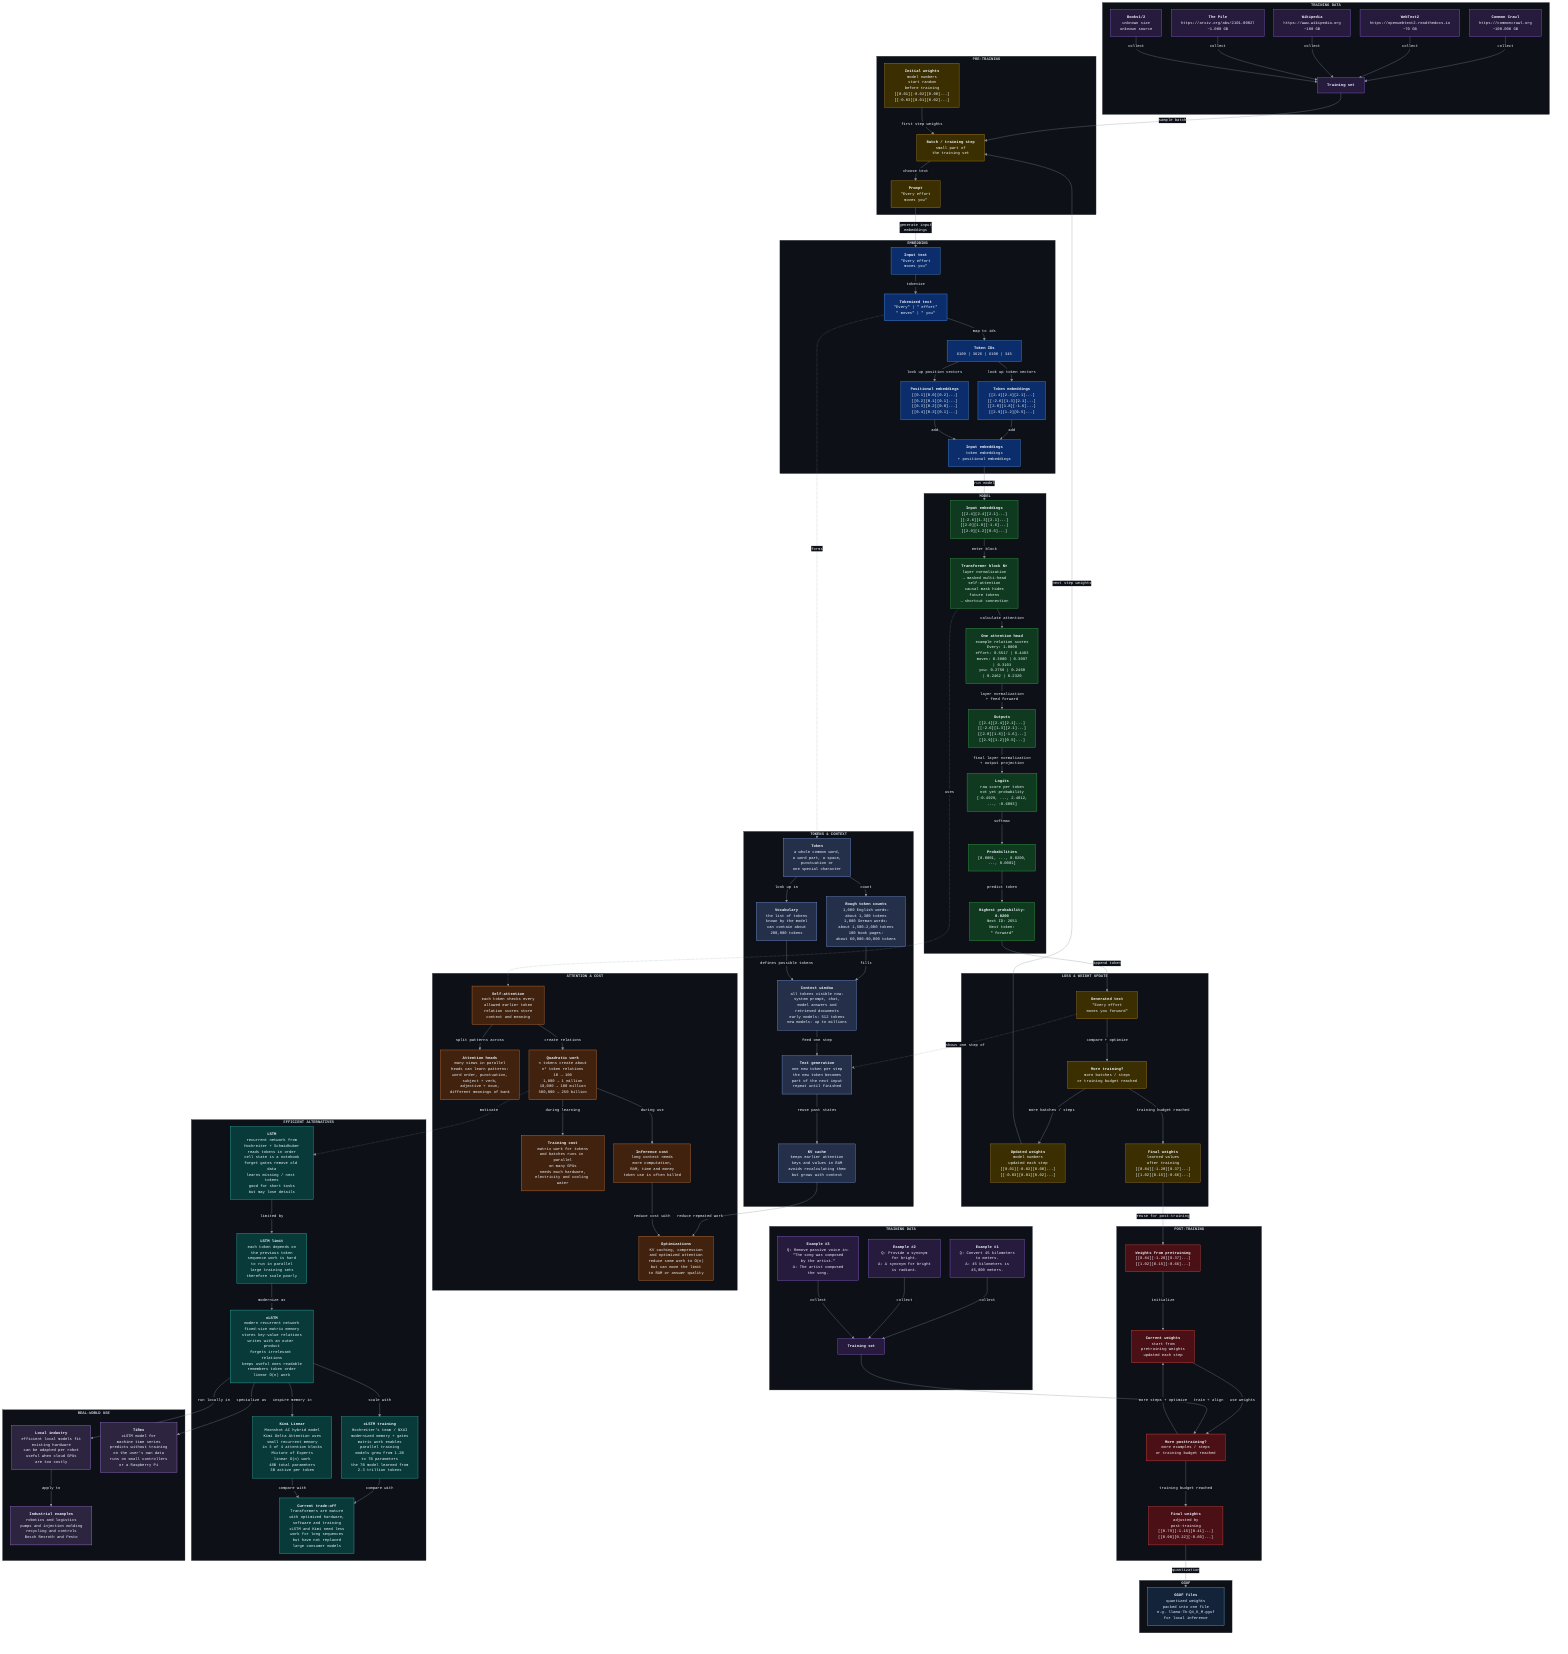
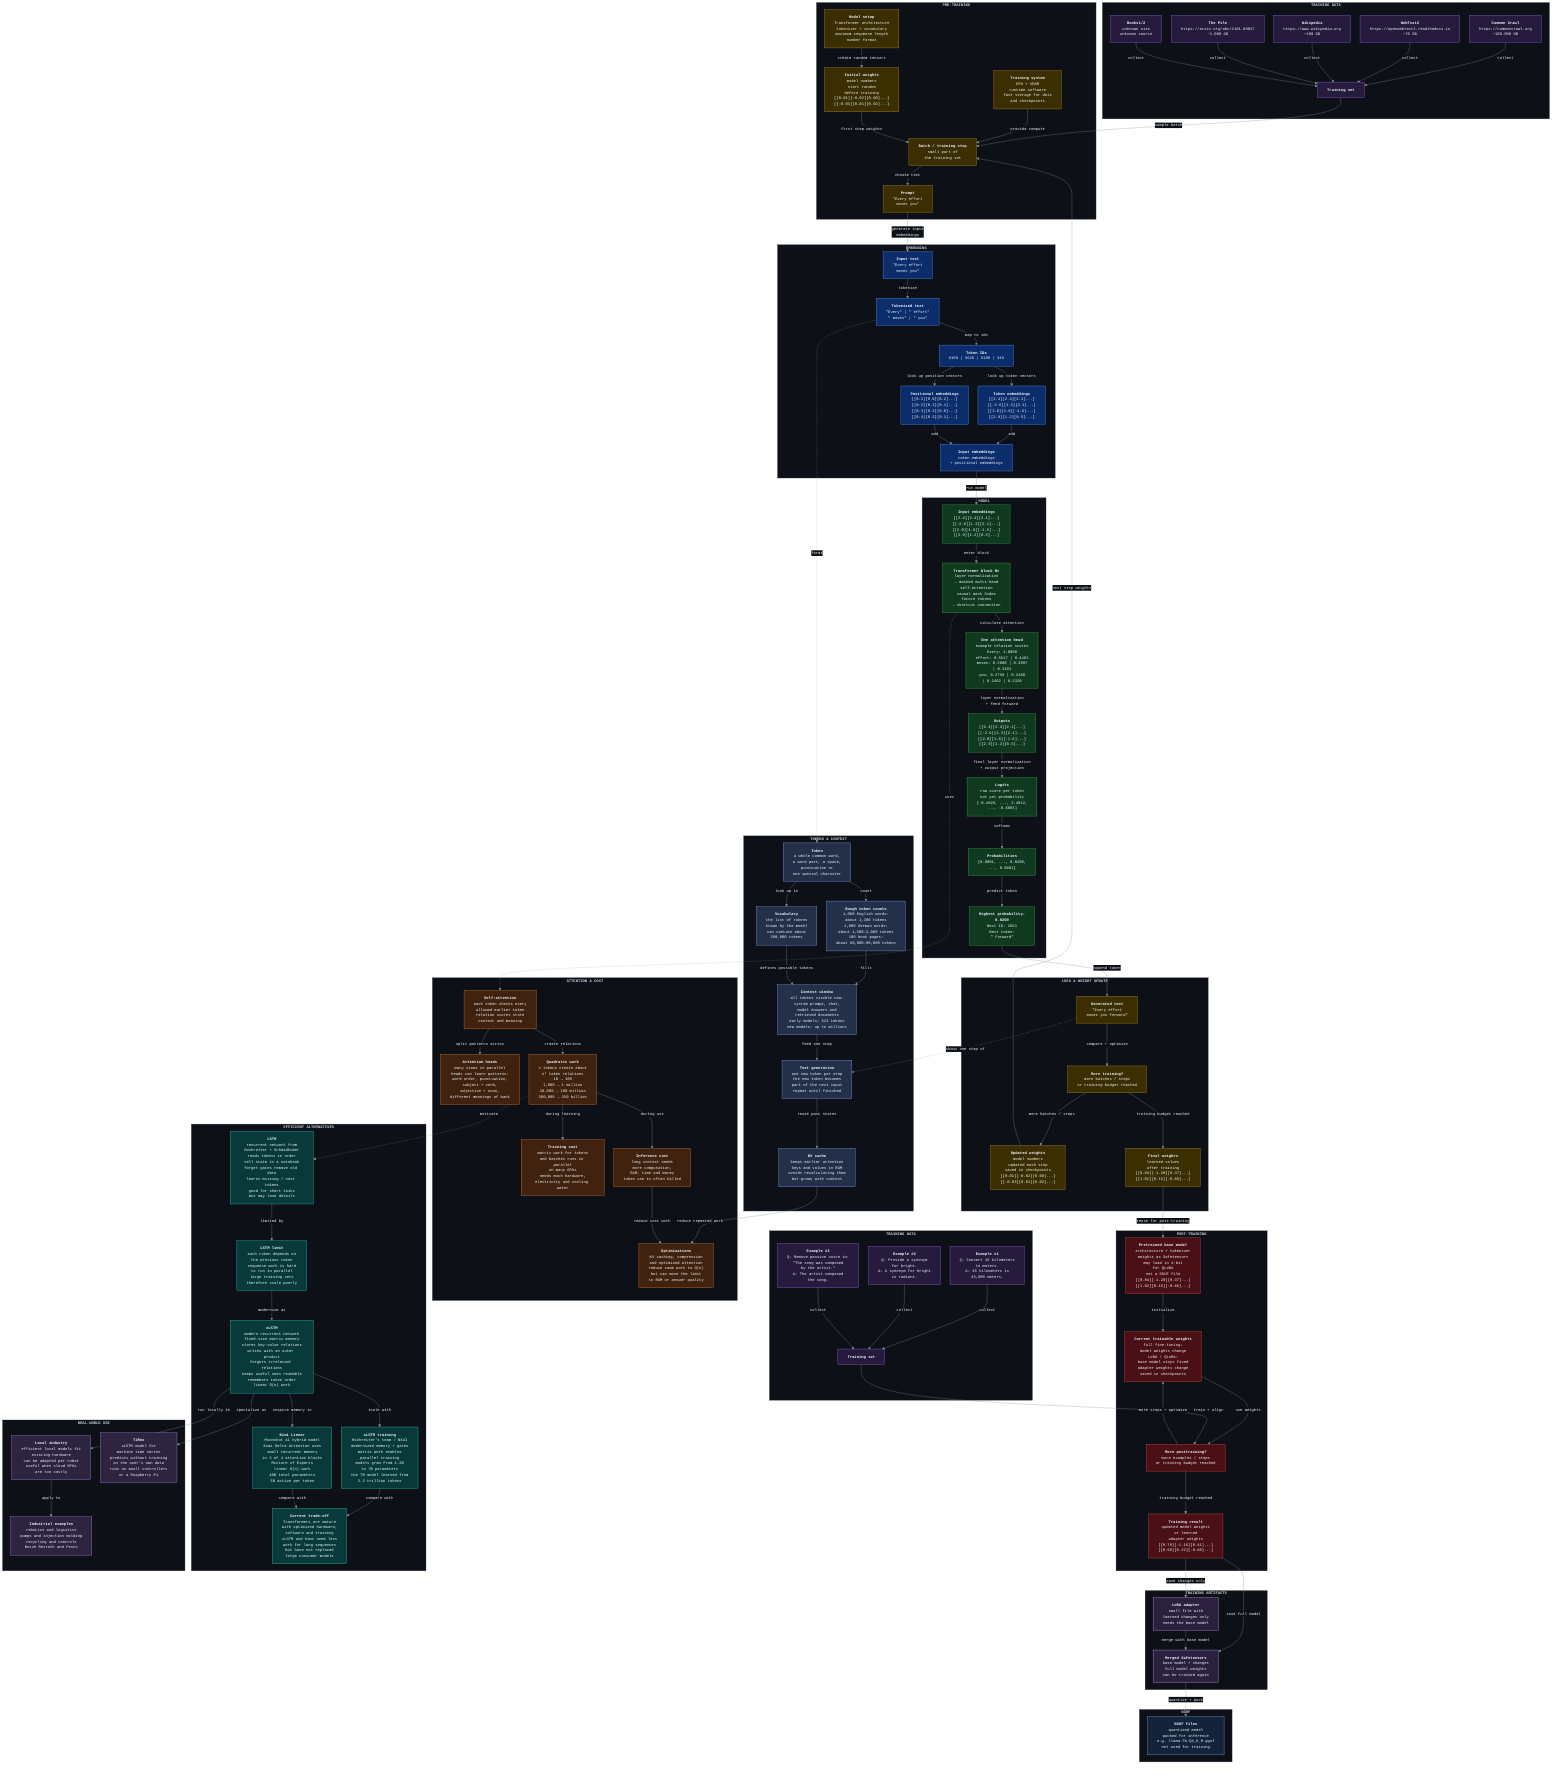
%%{init: {"theme": "base", "themeVariables": {"fontSize": "12px", "fontFamily": "Courier New", "primaryColor": "#161b22", "primaryTextColor": "#f0f6fc", "primaryBorderColor": "#30363d", "secondaryColor": "#161b22", "secondaryTextColor": "#f0f6fc", "secondaryBorderColor": "#30363d", "tertiaryColor": "#161b22", "tertiaryTextColor": "#f0f6fc", "tertiaryBorderColor": "#30363d", "clusterBkg": "#0d1117", "clusterBorder": "#30363d", "titleColor": "#c9d1d9", "lineColor": "#8b949e", "edgeLabelBackground": "#0d1117"}, "flowchart": {"htmlLabels": true, "nodeSpacing": 30, "rankSpacing": 44, "curve": "basis"}}}%%
flowchart TD
    subgraph DATA["<b>TRAINING DATA</b>"]
        D0["<b>Training set</b>"]
        D1["<b>Common Crawl</b><br/>https://commoncrawl.org<br/>~100.000 GB"]
        D2["<b>WebText2</b><br/>https://openwebtext2.readthedocs.io<br/>~70 GB"]
        D3["<b>Wikipedia</b><br/>https://www.wikipedia.org<br/>~100 GB"]
        D4["<b>The Pile</b><br/>https://arxiv.org/abs/2101.00027<br/>~1.000 GB"]
        D5["<b>Books1/2</b><br/>unknown size<br/>unknown source"]
    end

    subgraph PRE["<b>PRE-TRAINING</b>"]
+         P6["<b>Model setup</b><br/>Transformer architecture<br/>tokenizer + vocabulary<br/>maximum sequence length<br/>number format"]
+         P7["<b>Training system</b><br/>GPU + VRAM<br/>runtime software<br/>fast storage for data<br/>and checkpoints"]
        W0["<b>Initial weights</b><br/>model numbers<br/>start random<br/>before training<br/>[[0.01][-0.02][0.00]...]<br/>[[-0.03][0.01][0.02]...]"]
        P5["<b>Batch / training step</b><br/>small part of<br/>the training set"]
        F0["<b>Prompt</b><br/>&quot;Every effort<br/>moves you&quot;"]
    end

    subgraph EMB["<b>EMBEDDING</b>"]
        E0["<b>Input text</b><br/>&quot;Every effort<br/>moves you&quot;"]
        E1["<b>Tokenized text</b><br/>&quot;Every&quot; | &quot; effort&quot;<br/>&quot; moves&quot; | &quot; you&quot;"]
        E2["<b>Token IDs</b><br/>6109 | 3626 | 6100 | 345"]
        E3["<b>Token embeddings</b><br/>[[2.4][2.4][2.1]...]<br/>[[-2.6][1.3][2.1]...]<br/>[[2.0][1.8][-1.6]...]<br/>[[2.9][1.2][0.5]...]"]
        E4["<b>Positional embeddings</b><br/>[[0.1][0.0][0.2]...]<br/>[[0.2][0.1][0.1]...]<br/>[[0.3][0.2][0.0]...]<br/>[[0.4][0.3][0.1]...]"]
        E5["<b>Input embeddings</b><br/>token embeddings<br/>+ positional embeddings"]
    end

    subgraph MODEL["<b>MODEL</b>"]
        M0["<b>Input embeddings</b><br/>[[2.4][2.4][2.1]...]<br/>[[-2.6][1.3][2.1]...]<br/>[[2.0][1.8][-1.6]...]<br/>[[2.9][1.2][0.5]...]"]
        M1["<b>Transformer block N×</b><br/>layer normalization<br/>→ masked multi-head<br/>self-attention<br/>causal mask hides<br/>future tokens<br/>→ shortcut connection"]
        M2["<b>One attention head</b><br/>example relation scores<br/>Every: 1.0000<br/>effort: 0.5517 | 0.4483<br/>moves: 0.3800 | 0.3097<br/>| 0.3103<br/>you: 0.2758 | 0.2460<br/>| 0.2462 | 0.2320"]
        M4["<b>Outputs</b><br/>[[2.4][2.4][2.1]...]<br/>[[-2.6][1.3][2.1]...]<br/>[[2.0][1.8][-1.6]...]<br/>[[2.9][1.2][0.5]...]"]
        M6["<b>Logits</b><br/>raw score per token<br/>not yet probability<br/>[-0.4929, ..., 2.4812,<br/>..., -0.6093]"]
        M8["<b>Probabilities</b><br/>[0.0001, ..., 0.0200,<br/>..., 0.0001]"]
        M9["<b>Highest probability:<br/>0.0200</b><br/>Next ID: 2651<br/>Next token:<br/>&quot; forward&quot;"]
    end

    subgraph UPDATE["<b>LOSS & WEIGHT UPDATE</b>"]
-         P0["<b>Updated weights</b><br/>model numbers<br/>updated each step<br/>[[0.01][-0.02][0.00]...]<br/>[[-0.03][0.01][0.02]...]"]
+         P0["<b>Updated weights</b><br/>model numbers<br/>updated each step<br/>saved in checkpoints<br/>[[0.01][-0.02][0.00]...]<br/>[[-0.03][0.01][0.02]...]"]
        F3["<b>Generated text</b><br/>&quot;Every effort<br/>moves you forward&quot;"]
        P3["<b>More training?</b><br/>more batches / steps<br/>or training budget reached"]
        P4["<b>Final weights</b><br/>learned values<br/>after training<br/>[[0.84][-1.20][0.37]...]<br/>[[1.02][0.15][-0.66]...]"]
    end

    subgraph POSTDATA["<b>TRAINING DATA</b>"]
        T8["<b>Training set</b>"]
        T1["<b>Example #1</b><br/>Q: Convert 45 kilometers<br/>to meters.<br/>A: 45 kilometers is<br/>45,000 meters."]
        T2["<b>Example #2</b><br/>Q: Provide a synonym<br/>for bright.<br/>A: A synonym for bright<br/>is radiant."]
        T3["<b>Example #3</b><br/>Q: Remove passive voice in:<br/>&quot;The song was composed<br/>by the artist.&quot;<br/>A: The artist composed<br/>the song."]
    end

    subgraph POST["<b>POST-TRAINING</b>"]
-         T0["<b>Weights from pretraining</b><br/>[[0.84][-1.20][0.37]...]<br/>[[1.02][0.15][-0.66]...]"]
-         T13["<b>Current weights</b><br/>start from<br/>pretraining weights<br/>updated each step"]
+         T0["<b>Pretrained base model</b><br/>architecture + tokenizer<br/>weights as Safetensors<br/>may load in 4-bit<br/>for QLoRA<br/>not a GGUF file<br/>[[0.84][-1.20][0.37]...]<br/>[[1.02][0.15][-0.66]...]"]
+         T13["<b>Current trainable weights</b><br/>full fine-tuning:<br/>model weights change<br/>LoRA / QLoRA:<br/>base model stays fixed<br/>adapter weights change<br/>saved in checkpoints"]
        T12["<b>More posttraining?</b><br/>more examples / steps<br/>or training budget reached"]
-         T6["<b>Final weights</b><br/>adjusted by<br/>post-training<br/>[[0.79][-1.15][0.41]...]<br/>[[0.98][0.22][-0.60]...]"]
+         T6["<b>Training result</b><br/>updated model weights<br/>or learned<br/>adapter weights<br/>[[0.79][-1.15][0.41]...]<br/>[[0.98][0.22][-0.60]...]"]
+     end
+ 
+     subgraph ARTIFACTS["<b>TRAINING ARTIFACTS</b>"]
+         T14["<b>LoRA adapter</b><br/>small file with<br/>learned changes only<br/>needs the base model"]
+         T15["<b>Merged Safetensors</b><br/>base model + changes<br/>full model weights<br/>can be trained again"]
    end

    subgraph GGUF["<b>GGUF</b>"]
-         T10["<b>GGUF files</b><br/>quantized weights<br/>packed into one file<br/>e.g. llama-7b-Q4_K_M.gguf<br/>for local inference"]
+         T10["<b>GGUF files</b><br/>quantized model<br/>packed for inference<br/>e.g. llama-7b-Q4_K_M.gguf<br/>not used for training"]
    end

    subgraph TOKENS["<b>TOKENS & CONTEXT</b>"]
        C0["<b>Token</b><br/>a whole common word,<br/>a word part, a space,<br/>punctuation or<br/>one special character"]
        C1["<b>Rough token counts</b><br/>1,000 English words:<br/>about 1,300 tokens<br/>1,000 German words:<br/>about 1,500–2,000 tokens<br/>100 book pages:<br/>about 60,000–90,000 tokens"]
        C2["<b>Vocabulary</b><br/>the list of tokens<br/>known by the model<br/>can contain about<br/>200,000 tokens"]
        C3["<b>Context window</b><br/>all tokens visible now:<br/>system prompt, chat,<br/>model answers and<br/>retrieved documents<br/>early models: 512 tokens<br/>new models: up to millions"]
        C4["<b>Text generation</b><br/>one new token per step<br/>the new token becomes<br/>part of the next input<br/>repeat until finished"]
        C5["<b>KV cache</b><br/>keeps earlier attention<br/>keys and values in RAM<br/>avoids recalculating them<br/>but grows with context"]
    end

    subgraph COST["<b>ATTENTION & COST</b>"]
        A0["<b>Self-attention</b><br/>each token checks every<br/>allowed earlier token<br/>relation scores store<br/>context and meaning"]
        A1["<b>Attention heads</b><br/>many views in parallel<br/>heads can learn patterns:<br/>word order, punctuation,<br/>subject + verb,<br/>adjective + noun,<br/>different meanings of bank"]
        A2["<b>Quadratic work</b><br/>n tokens create about<br/>n² token relations<br/>10 → 100<br/>1,000 → 1 million<br/>10,000 → 100 million<br/>500,000 → 250 billion"]
        A3["<b>Training cost</b><br/>matrix work for tokens<br/>and batches runs in parallel<br/>on many GPUs<br/>needs much hardware,<br/>electricity and cooling water"]
        A4["<b>Inference cost</b><br/>long context needs<br/>more computation,<br/>RAM, time and money<br/>token use is often billed"]
        A5["<b>Optimizations</b><br/>KV caching, compression<br/>and optimized attention<br/>reduce some work to O(n)<br/>but can move the limit<br/>to RAM or answer quality"]
    end

    subgraph ALT["<b>EFFICIENT ALTERNATIVES</b>"]
        L0["<b>LSTM</b><br/>recurrent network from<br/>Hochreiter + Schmidhuber<br/>reads tokens in order<br/>cell state is a notebook<br/>forget gates remove old data<br/>learns missing / next tokens<br/>good for short tasks<br/>but may lose details"]
        L1["<b>LSTM limit</b><br/>each token depends on<br/>the previous token<br/>sequence work is hard<br/>to run in parallel<br/>large training sets<br/>therefore scale poorly"]
        L2["<b>xLSTM</b><br/>modern recurrent network<br/>fixed-size matrix memory<br/>stores key-value relations<br/>writes with an outer product<br/>forgets irrelevant relations<br/>keeps useful ones readable<br/>remembers token order<br/>linear O(n) work"]
        L3["<b>xLSTM training</b><br/>Hochreiter's team / NXAI<br/>modernized memory + gates<br/>matrix work enables<br/>parallel training<br/>models grew from 1.2B<br/>to 7B parameters<br/>the 7B model learned from<br/>2.3 trillion tokens"]
        L4["<b>Kimi Linear</b><br/>Moonshot AI hybrid model<br/>Kimi Delta Attention uses<br/>small recurrent memory<br/>in 3 of 4 attention blocks<br/>Mixture of Experts<br/>linear O(n) work<br/>48B total parameters<br/>3B active per token"]
        L5["<b>Current trade-off</b><br/>Transformers are mature<br/>with optimized hardware,<br/>software and training<br/>xLSTM and Kimi need less<br/>work for long sequences<br/>but have not replaced<br/>large consumer models"]
    end

    subgraph USE["<b>REAL-WORLD USE</b>"]
        U0["<b>Local industry</b><br/>efficient local models fit<br/>existing hardware<br/>can be adapted per robot<br/>useful when cloud GPUs<br/>are too costly"]
        U1["<b>Industrial examples</b><br/>robotics and logistics<br/>pumps and injection molding<br/>recycling and controls<br/>Bosch Rexroth and Festo"]
        U2["<b>TiRex</b><br/>xLSTM model for<br/>machine time series<br/>predicts without training<br/>on the user's own data<br/>runs on small controllers<br/>or a Raspberry Pi"]
    end

    D1 -->|collect| D0
    D2 -->|collect| D0
    D3 -->|collect| D0
    D4 -->|collect| D0
    D5 -->|collect| D0
    D0 -->|sample batch| P5
+     P6 -->|create random tensors| W0
+     P7 -->|provide compute| P5
    P0 -->|next step weights| P5
    W0 -->|first step weights| P5
    P5 -->|choose text| F0
    F0 -->|generate input<br/>embeddings| E0
    E0 -->|tokenize| E1
    E1 -->|map to ids| E2
    E2 -->|look up token vectors| E3
    E2 -->|look up position vectors| E4
    E3 -->|add| E5
    E4 -->|add| E5
    E5 -->|run model| M0
    M0 -->|enter block| M1
    M1 -->|calculate attention| M2
    M2 -->|layer normalization<br/>+ feed forward| M4
    M4 -->|final layer normalization<br/>+ output projection| M6
    M6 -->|softmax| M8
    M8 -->|predict token| M9
    M9 -->|append token| F3
    F3 -->|compare + optimize| P3
    P3 -->|more batches / steps| P0
    P3 -->|training budget reached| P4
    P4 -->|reuse for post-training| T0
    T1 -->|collect| T8
    T2 -->|collect| T8
    T3 -->|collect| T8
    T0 -->|initialize| T13
    T13 -->|use weights| T12
    T8 -->|train + align| T12
    T12 -->|more steps + optimize| T13
    T12 -->|training budget reached| T6
-     T6 -->|quantization| T10
+     T6 -->|save changes only| T14
+     T6 -->|save full model| T15
+     T14 -->|merge with base model| T15
+     T15 -->|quantize + pack| T10
    E1 -.->|forms| C0
    C0 -->|count| C1
    C0 -->|look up in| C2
    C1 -->|fills| C3
    C2 -->|defines possible tokens| C3
    C3 -->|feed one step| C4
    F3 -.->|shows one step of| C4
    C4 -->|reuse past states| C5
    M1 -.->|uses| A0
    A0 -->|split patterns across| A1
    A0 -->|create relations| A2
    A2 -->|during learning| A3
    A2 -->|during use| A4
    C5 -->|reduce repeated work| A5
    A4 -->|reduce cost with| A5
    A2 -.->|motivate| L0
    L0 -->|limited by| L1
    L1 -->|modernize as| L2
    L2 -->|scale with| L3
    L2 -->|inspire memory in| L4
    L3 -->|compare with| L5
    L4 -->|compare with| L5
    L2 -->|run locally in| U0
    U0 -->|apply to| U1
    L2 -->|specialize as| U2

    classDef data fill:#261a3d,stroke:#a371f7,stroke-width:1px,color:#f0f6fc;
    classDef train fill:#3b2e00,stroke:#d29922,stroke-width:1px,color:#f0f6fc;
    classDef embed fill:#0c2d6b,stroke:#58a6ff,stroke-width:1px,color:#f0f6fc;
    classDef model fill:#0f3a20,stroke:#3fb950,stroke-width:1px,color:#f0f6fc;
    classDef post fill:#4a1016,stroke:#f85149,stroke-width:1px,color:#f0f6fc;
    classDef gguf fill:#13233a,stroke:#79c0ff,stroke-width:1px,color:#f0f6fc;
    classDef weights fill:#3b2e00,stroke:#d29922,stroke-width:1px,color:#f0f6fc;
    classDef context fill:#24304a,stroke:#8cafff,stroke-width:1px,color:#f0f6fc;
    classDef cost fill:#40220f,stroke:#f0883e,stroke-width:1px,color:#f0f6fc;
    classDef alternative fill:#083a3a,stroke:#39d0c3,stroke-width:1px,color:#f0f6fc;
    classDef use fill:#2d2440,stroke:#bc8cff,stroke-width:1px,color:#f0f6fc;
+     classDef artifact fill:#2b203d,stroke:#d2a8ff,stroke-width:1px,color:#f0f6fc;
    class D0,D1,D2,D3,D4,D5 data;
-     class P0,P3,P4,P5,F0,F3 train;
+     class P0,P3,P4,P5,P6,P7,F0,F3 train;
    class E0,E1,E2,E3,E4,E5 embed;
    class M0,M1,M2,M4,M6,M8,M9 model;
    class T1,T2,T3,T8 data;
    class T0,T6,T12,T13 post;
    class T10 gguf;
+     class T14,T15 artifact;
    class W0 weights;
    class C0,C1,C2,C3,C4,C5 context;
    class A0,A1,A2,A3,A4,A5 cost;
    class L0,L1,L2,L3,L4,L5 alternative;
    class U0,U1,U2 use;

    click D1 "https://commoncrawl.org" "Open Common Crawl"
    click D2 "https://openwebtext2.readthedocs.io" "Open WebText2"
    click D3 "https://www.wikipedia.org" "Open Wikipedia"
    click D4 "https://arxiv.org/abs/2101.00027" "Open The Pile"
    click L2 "https://github.com/NX-AI/xlstm" "Open xLSTM"
    click L4 "https://github.com/MoonshotAI/Kimi-Linear" "Open Kimi Linear"
    click U2 "https://github.com/NX-AI/tirex" "Open TiRex"
